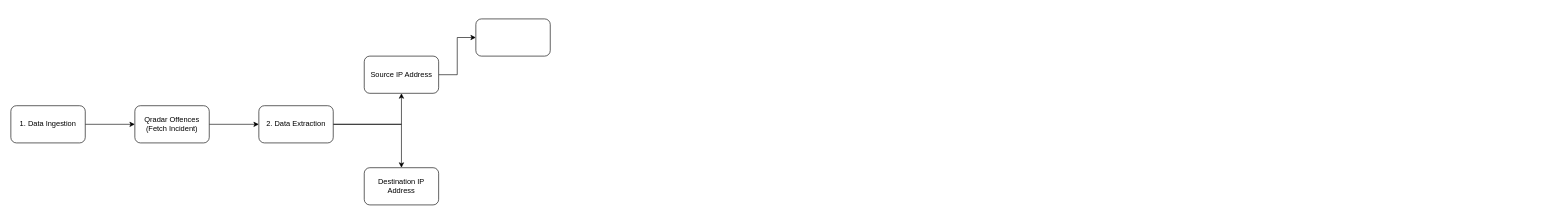
Earlier version of the draw.io diagram Untitled Diagram.drawio (Tonyfu09/AWS). Source tidied: cells renumbered, new cells numbered last; positions are measured from the earlier drawing's top-left corner, leaving out a move shared by most shapes. Both pictures are drawn from the tidied source at 62%, with x=0, y=0 at pixel (11, 19).
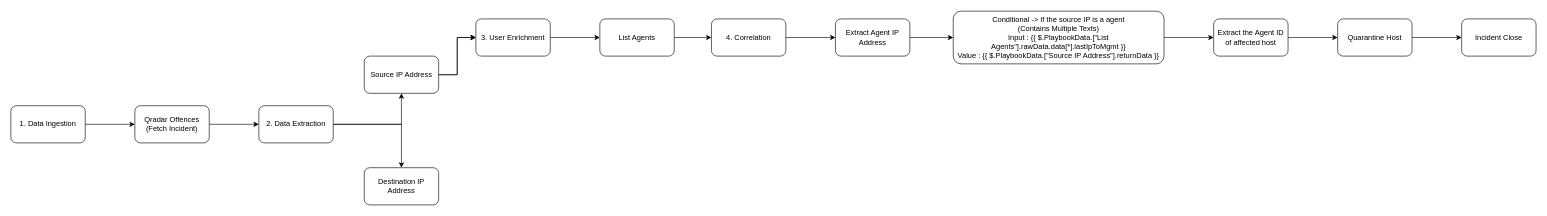
Above is the later version.

The change refers to these unchanged cells:
```xml
<mxCell id="11" value="Source IP Address" style="whiteSpace=wrap;html=1;rounded=1;" parent="1" vertex="1">
  <mxGeometry x="570" y="60" width="120" height="60" as="geometry" />
</mxCell>
```

Change to the diagram source:
```diff
@@
+    <mxCell id="13" style="edgeStyle=orthogonalEdgeStyle;rounded=0;jettySize=auto;html=1;" parent="1" edge="1" source="11" target="12">
+      <mxGeometry relative="1" as="geometry" />
+    </mxCell>
@@
+    <mxCell id="14" style="edgeStyle=orthogonalEdgeStyle;rounded=0;jettySize=auto;html=1;" parent="1" edge="1" source="12" target="16">
+      <mxGeometry relative="1" as="geometry" />
+    </mxCell>
-    <mxCell id="12" style="whiteSpace=wrap;html=1;rounded=1;" parent="1" vertex="1">
+    <mxCell id="12" value="3. User Enrichment" style="whiteSpace=wrap;html=1;rounded=1;" parent="1" vertex="1">
       <mxGeometry x="750" width="120" height="60" as="geometry" />
     </mxCell>
+    <mxCell id="15" style="edgeStyle=orthogonalEdgeStyle;rounded=0;jettySize=auto;html=1;" parent="1" edge="1" source="16" target="18">
+      <mxGeometry relative="1" as="geometry" />
+    </mxCell>
+    <mxCell id="16" value="List Agents" style="whiteSpace=wrap;html=1;rounded=1;" parent="1" vertex="1">
+      <mxGeometry x="950" width="120" height="60" as="geometry" />
+    </mxCell>
+    <mxCell id="17" style="edgeStyle=orthogonalEdgeStyle;rounded=0;jettySize=auto;html=1;" parent="1" edge="1" source="18" target="20">
+      <mxGeometry relative="1" as="geometry" />
+    </mxCell>
+    <mxCell id="18" value="4. Correlation" style="whiteSpace=wrap;html=1;rounded=1;" parent="1" vertex="1">
+      <mxGeometry x="1130" width="120" height="60" as="geometry" />
+    </mxCell>
+    <mxCell id="19" style="edgeStyle=orthogonalEdgeStyle;rounded=0;jettySize=auto;html=1;" parent="1" edge="1" source="20" target="22">
+      <mxGeometry relative="1" as="geometry" />
+    </mxCell>
+    <mxCell id="20" value="Extract Agent IP Address" style="whiteSpace=wrap;html=1;rounded=1;" parent="1" vertex="1">
+      <mxGeometry x="1330" width="120" height="60" as="geometry" />
+    </mxCell>
+    <mxCell id="21" style="edgeStyle=orthogonalEdgeStyle;rounded=0;jettySize=auto;html=1;" parent="1" edge="1" source="22" target="24">
+      <mxGeometry relative="1" as="geometry" />
+    </mxCell>
+    <mxCell id="22" value="Conditional -&amp;gt; If the source IP is a agent&lt;br&gt;(Contains Multiple Texts)&lt;br&gt;Input :&amp;nbsp;{{ $.PlaybookData.[&quot;List Agents&quot;].rawData.data[*].lastIpToMgmt }}&lt;br&gt;Value : {{ $.PlaybookData.[&quot;Source IP Address&quot;].returnData }}" style="whiteSpace=wrap;html=1;rounded=1;" parent="1" vertex="1">
+      <mxGeometry x="1520" y="-12.5" width="340" height="85" as="geometry" />
+    </mxCell>
+    <mxCell id="23" style="edgeStyle=orthogonalEdgeStyle;rounded=0;jettySize=auto;html=1;" parent="1" edge="1" source="24" target="26">
+      <mxGeometry relative="1" as="geometry" />
+    </mxCell>
+    <mxCell id="24" value="Extract the Agent ID of affected host" style="whiteSpace=wrap;html=1;rounded=1;" parent="1" vertex="1">
+      <mxGeometry x="1940" width="120" height="60" as="geometry" />
+    </mxCell>
+    <mxCell id="25" style="edgeStyle=orthogonalEdgeStyle;rounded=0;jettySize=auto;html=1;" parent="1" edge="1" source="26" target="27">
+      <mxGeometry relative="1" as="geometry" />
+    </mxCell>
+    <mxCell id="26" value="Quarantine Host" style="whiteSpace=wrap;html=1;rounded=1;" parent="1" vertex="1">
+      <mxGeometry x="2140" width="120" height="60" as="geometry" />
+    </mxCell>
+    <mxCell id="27" value="Incident Close" style="whiteSpace=wrap;html=1;rounded=1;" parent="1" vertex="1">
+      <mxGeometry x="2340" width="120" height="60" as="geometry" />
+    </mxCell>
```
